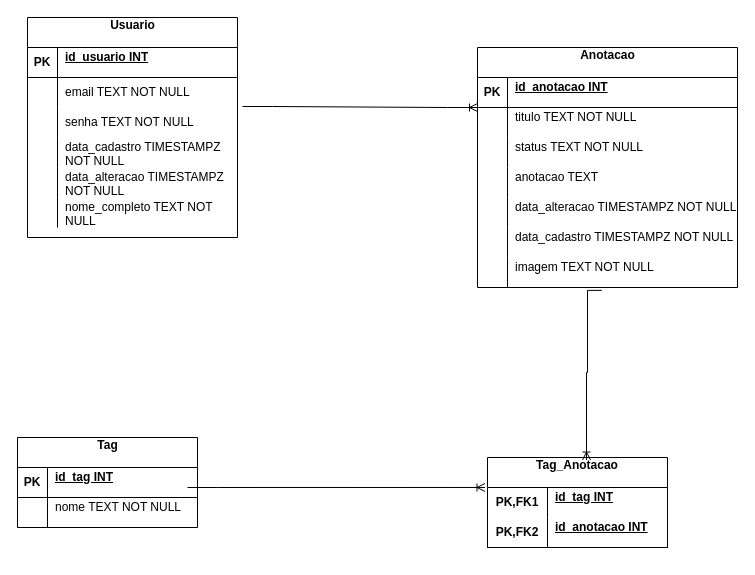
Above: page "Fisico Bugou mais complica" (3 of 3) of Modelagem/Bugou mais compila .drawio in biakevedo/ProjetoFinal (draw.io), before the change. Source tidied: cells renumbered, new cells numbered last; positions are measured from the earlier drawing's top-left corner, leaving out a move shared by most shapes. Both pictures are drawn from the tidied source at 100%, with x=0, y=0 at pixel (17, 17).
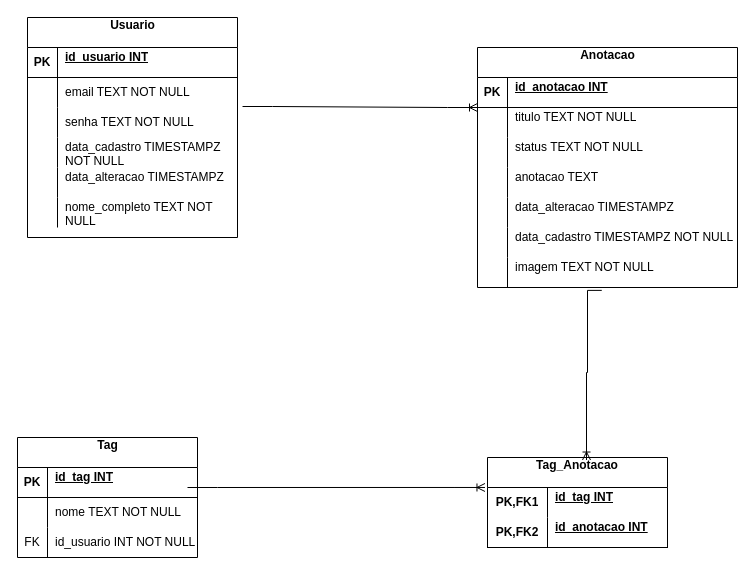
The same diagram, later.

The change refers to these unchanged cells:
```xml
<mxCell id="15" style="shape=tableRow;horizontal=0;startSize=0;swimlaneHead=0;swimlaneBody=0;fillColor=none;top=0;left=0;right=0;bottom=0;" parent="2" vertex="1">
  <mxGeometry y="150" width="210" height="30" as="geometry" />
</mxCell>
<mxCell id="34" style="shape=tableRow;horizontal=0;startSize=0;swimlaneHead=0;swimlaneBody=0;fillColor=none;top=0;left=0;right=0;bottom=0;" parent="21" vertex="1">
  <mxGeometry y="150" width="260" height="30" as="geometry" />
</mxCell>
<mxCell id="47" style="shape=tableRow;horizontal=0;startSize=0;swimlaneHead=0;swimlaneBody=0;fillColor=none;top=0;left=0;right=0;bottom=0;" parent="43" vertex="1">
  <mxGeometry y="60" width="180" height="30" as="geometry" />
</mxCell>
```

The edit, as a diff of the source:
```diff
@@
-    <mxCell id="17" value="&lt;div&gt;data_alteracao TIMESTAMPZ NOT NULL&lt;/div&gt;&lt;div&gt;&lt;br&gt;&lt;/div&gt;" style="shape=partialRectangle;fillColor=none;top=0;left=0;bottom=0;right=0;align=left;spacingLeft=6;overflow=hidden;whiteSpace=wrap;html=1;" parent="15" vertex="1">
+    <mxCell id="17" value="&lt;div&gt;data_alteracao TIMESTAMPZ&amp;nbsp;&lt;/div&gt;&lt;div&gt;&lt;br&gt;&lt;/div&gt;" style="shape=partialRectangle;fillColor=none;top=0;left=0;bottom=0;right=0;align=left;spacingLeft=6;overflow=hidden;whiteSpace=wrap;html=1;" parent="15" vertex="1">
       <mxGeometry x="30" width="180" height="30" as="geometry" />
     </mxCell>
@@
-    <mxCell id="36" value="&lt;div&gt;data_alteracao TIMESTAMPZ NOT NULL&lt;/div&gt;&lt;div&gt;&lt;br&gt;&lt;/div&gt;&lt;div&gt;&lt;br&gt;&lt;/div&gt;" style="shape=partialRectangle;fillColor=none;top=0;left=0;bottom=0;right=0;align=left;spacingLeft=6;overflow=hidden;whiteSpace=wrap;html=1;" parent="34" vertex="1">
+    <mxCell id="36" value="&lt;div&gt;data_alteracao TIMESTAMPZ&amp;nbsp;&lt;/div&gt;&lt;div&gt;&lt;br&gt;&lt;/div&gt;&lt;div&gt;&lt;br&gt;&lt;/div&gt;" style="shape=partialRectangle;fillColor=none;top=0;left=0;bottom=0;right=0;align=left;spacingLeft=6;overflow=hidden;whiteSpace=wrap;html=1;" parent="34" vertex="1">
       <mxGeometry x="30" width="230" height="30" as="geometry" />
     </mxCell>
@@
     <mxCell id="43" value="Tag&lt;div&gt;&lt;br&gt;&lt;/div&gt;" style="shape=table;startSize=30;childLayout=tableLayout;rowLines=0;fontStyle=1;align=center;html=1;" parent="1" vertex="1">
-      <mxGeometry y="420" width="180" height="90" as="geometry" />
+      <mxGeometry y="420" width="180" height="120" as="geometry" />
     </mxCell>
@@
-    <mxCell id="49" value="&lt;div&gt;nome TEXT NOT NULL&lt;/div&gt;&lt;div&gt;&lt;br&gt;&lt;/div&gt;&lt;div&gt;&lt;br&gt;&lt;/div&gt;" style="shape=partialRectangle;fillColor=none;top=0;left=0;bottom=0;right=0;align=left;spacingLeft=6;overflow=hidden;whiteSpace=wrap;html=1;" parent="47" vertex="1">
+    <mxCell id="49" value="&lt;div&gt;nome TEXT NOT NULL&lt;/div&gt;" style="shape=partialRectangle;fillColor=none;top=0;left=0;bottom=0;right=0;align=left;spacingLeft=6;overflow=hidden;whiteSpace=wrap;html=1;" parent="47" vertex="1">
       <mxGeometry x="30" width="150" height="30" as="geometry" />
     </mxCell>
+    <mxCell id="60" style="shape=tableRow;horizontal=0;startSize=0;swimlaneHead=0;swimlaneBody=0;fillColor=none;top=0;left=0;right=0;bottom=0;" parent="43" vertex="1">
+      <mxGeometry y="90" width="180" height="30" as="geometry" />
+    </mxCell>
+    <mxCell id="61" value="FK" style="shape=partialRectangle;fillColor=none;top=0;left=0;bottom=0;right=0;overflow=hidden;whiteSpace=wrap;html=1;" parent="60" vertex="1">
+      <mxGeometry width="30" height="30" as="geometry" />
+    </mxCell>
+    <mxCell id="62" value="&lt;div&gt;id_usuario INT NOT NULL&lt;/div&gt;" style="shape=partialRectangle;fillColor=none;top=0;left=0;bottom=0;right=0;align=left;spacingLeft=6;overflow=hidden;whiteSpace=wrap;html=1;" parent="60" vertex="1">
+      <mxGeometry x="30" width="150" height="30" as="geometry" />
+    </mxCell>
```
